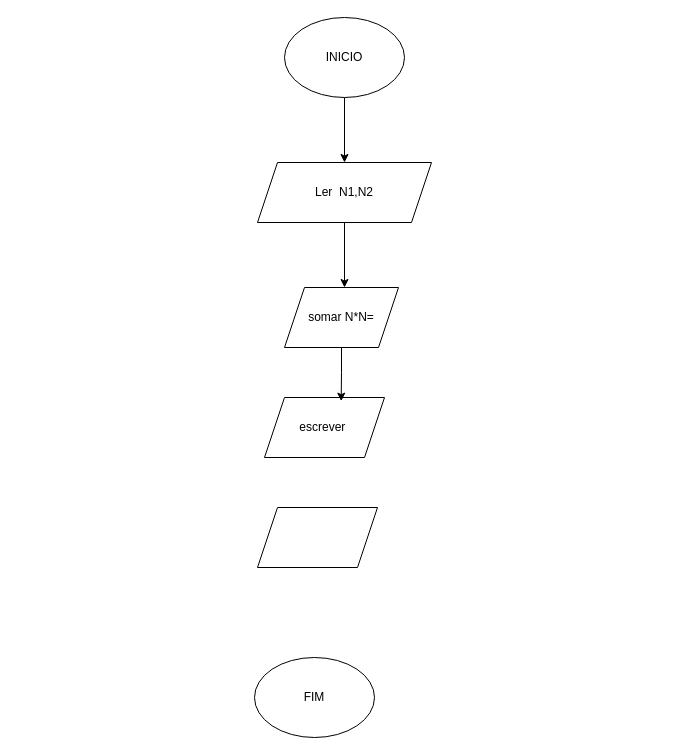
Earlier version of the draw.io diagram exercicio 7.drawio (Daniel01-pro/fluxogramas). Source tidied: cells renumbered, new cells numbered last; positions are measured from the earlier drawing's top-left corner, leaving out a move shared by most shapes. Both pictures are drawn from the tidied source at 100%, with x=0, y=0 at pixel (254, 17).
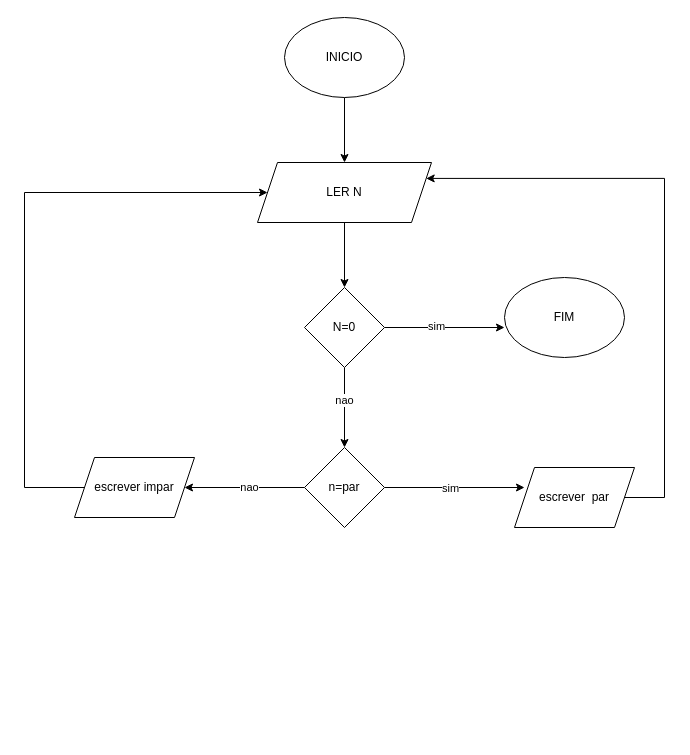
After the change.

What changed in the source:
```diff
@@
-    <mxCell id="4" value="FIM" style="ellipse;whiteSpace=wrap;html=1;shapeInside=1;" parent="1" vertex="1">
-      <mxGeometry y="640" width="120" height="80" as="geometry" />
-    </mxCell>
@@
-    <mxCell id="6" value="Ler&amp;nbsp; N1,N2" style="shape=parallelogram;perimeter=parallelogramPerimeter;whiteSpace=wrap;html=1;shapeInside=1;fixedSize=1;" parent="1" vertex="1">
+    <mxCell id="6" value="LER N" style="shape=parallelogram;perimeter=parallelogramPerimeter;whiteSpace=wrap;html=1;shapeInside=1;fixedSize=1;" parent="1" vertex="1">
       <mxGeometry x="3" y="145" width="174" height="60" as="geometry" />
     </mxCell>
-    <mxCell id="7" value="somar N*N=" style="shape=parallelogram;perimeter=parallelogramPerimeter;whiteSpace=wrap;html=1;shapeInside=1;fixedSize=1;" parent="1" vertex="1">
-      <mxGeometry x="30" y="270" width="114" height="60" as="geometry" />
-    </mxCell>
-    <mxCell id="8" value="escrever&amp;nbsp;" style="shape=parallelogram;perimeter=parallelogramPerimeter;whiteSpace=wrap;html=1;shapeInside=1;fixedSize=1;" parent="1" vertex="1">
-      <mxGeometry x="10" y="380" width="120" height="60" as="geometry" />
-    </mxCell>
-    <mxCell id="9" style="edgeStyle=orthogonalEdgeStyle;rounded=0;jettySize=auto;html=1;entryX=0.639;entryY=0.061;entryDx=0;entryDy=0;entryPerimeter=0;" parent="1" edge="1" source="7" target="8">
-      <mxGeometry relative="1" as="geometry" />
-    </mxCell>
-    <mxCell id="10" style="shape=parallelogram;perimeter=parallelogramPerimeter;whiteSpace=wrap;html=1;shapeInside=1;fixedSize=1;" parent="1" vertex="1">
-      <mxGeometry x="3" y="490" width="120" height="60" as="geometry" />
-    </mxCell>
+    <mxCell id="11" style="edgeStyle=orthogonalEdgeStyle;rounded=0;jettySize=auto;html=1;" parent="1" edge="1" source="15">
+      <mxGeometry relative="1" as="geometry">
+        <mxPoint x="250" y="310" as="targetPoint" />
+      </mxGeometry>
+    </mxCell>
+    <mxCell id="12" value="sim" style="edgeLabel;html=1;align=center;verticalAlign=middle;" parent="11" vertex="1">
+      <mxGeometry x="-0.15" y="2" relative="1" as="geometry" />
+    </mxCell>
+    <mxCell id="13" style="edgeStyle=orthogonalEdgeStyle;rounded=0;jettySize=auto;html=1;" parent="1" edge="1" source="15" target="20">
+      <mxGeometry relative="1" as="geometry" />
+    </mxCell>
+    <mxCell id="14" value="nao" style="edgeLabel;html=1;align=center;verticalAlign=middle;" parent="13" vertex="1">
+      <mxGeometry x="-0.2" y="-1" relative="1" as="geometry" />
+    </mxCell>
+    <mxCell id="15" value="N=0" style="rhombus;whiteSpace=wrap;html=1;shapeInside=1;" parent="1" vertex="1">
+      <mxGeometry x="50" y="270" width="80" height="80" as="geometry" />
+    </mxCell>
+    <mxCell id="16" style="edgeStyle=orthogonalEdgeStyle;rounded=0;jettySize=auto;html=1;" parent="1" edge="1" source="20">
+      <mxGeometry relative="1" as="geometry">
+        <mxPoint x="270" y="470" as="targetPoint" />
+      </mxGeometry>
+    </mxCell>
+    <mxCell id="17" value="sim" style="edgeLabel;html=1;align=center;verticalAlign=middle;" parent="16" vertex="1">
+      <mxGeometry y="-5" relative="1" as="geometry" />
+    </mxCell>
+    <mxCell id="18" style="edgeStyle=orthogonalEdgeStyle;rounded=0;jettySize=auto;html=1;" parent="1" edge="1" source="20">
+      <mxGeometry relative="1" as="geometry">
+        <mxPoint x="-70" y="470" as="targetPoint" />
+      </mxGeometry>
+    </mxCell>
+    <mxCell id="19" value="nao" style="edgeLabel;html=1;align=center;verticalAlign=middle;" parent="18" vertex="1">
+      <mxGeometry x="-0.07" y="-1" relative="1" as="geometry" />
+    </mxCell>
+    <mxCell id="20" value="n=par" style="rhombus;whiteSpace=wrap;html=1;shapeInside=1;" parent="1" vertex="1">
+      <mxGeometry x="50" y="430" width="80" height="80" as="geometry" />
+    </mxCell>
+    <mxCell id="21" style="edgeStyle=orthogonalEdgeStyle;rounded=0;jettySize=auto;html=1;entryX=0;entryY=0.5;entryDx=0;entryDy=0;" parent="1" edge="1" source="22" target="6">
+      <mxGeometry relative="1" as="geometry">
+        <Array as="points">
+          <mxPoint x="-230" y="470" />
+          <mxPoint x="-230" y="175" />
+        </Array>
+      </mxGeometry>
+    </mxCell>
+    <mxCell id="22" value="&lt;div&gt;escrever impar&lt;/div&gt;" style="shape=parallelogram;perimeter=parallelogramPerimeter;whiteSpace=wrap;html=1;shapeInside=1;fixedSize=1;" parent="1" vertex="1">
+      <mxGeometry x="-180" y="440" width="120" height="60" as="geometry" />
+    </mxCell>
+    <mxCell id="4" value="FIM" style="ellipse;whiteSpace=wrap;html=1;shapeInside=1;" parent="1" vertex="1">
+      <mxGeometry x="250" y="260" width="120" height="80" as="geometry" />
+    </mxCell>
+    <mxCell id="23" style="edgeStyle=orthogonalEdgeStyle;rounded=0;jettySize=auto;html=1;entryX=1;entryY=0.25;entryDx=0;entryDy=0;" parent="1" edge="1" source="24" target="6">
+      <mxGeometry relative="1" as="geometry">
+        <Array as="points">
+          <mxPoint x="410" y="480" />
+          <mxPoint x="410" y="160.9" />
+        </Array>
+      </mxGeometry>
+    </mxCell>
+    <mxCell id="24" value="escrever&amp;nbsp;&amp;nbsp;par" style="shape=parallelogram;perimeter=parallelogramPerimeter;whiteSpace=wrap;html=1;shapeInside=1;fixedSize=1;" parent="1" vertex="1">
+      <mxGeometry x="260" y="450" width="120" height="60" as="geometry" />
+    </mxCell>
```
